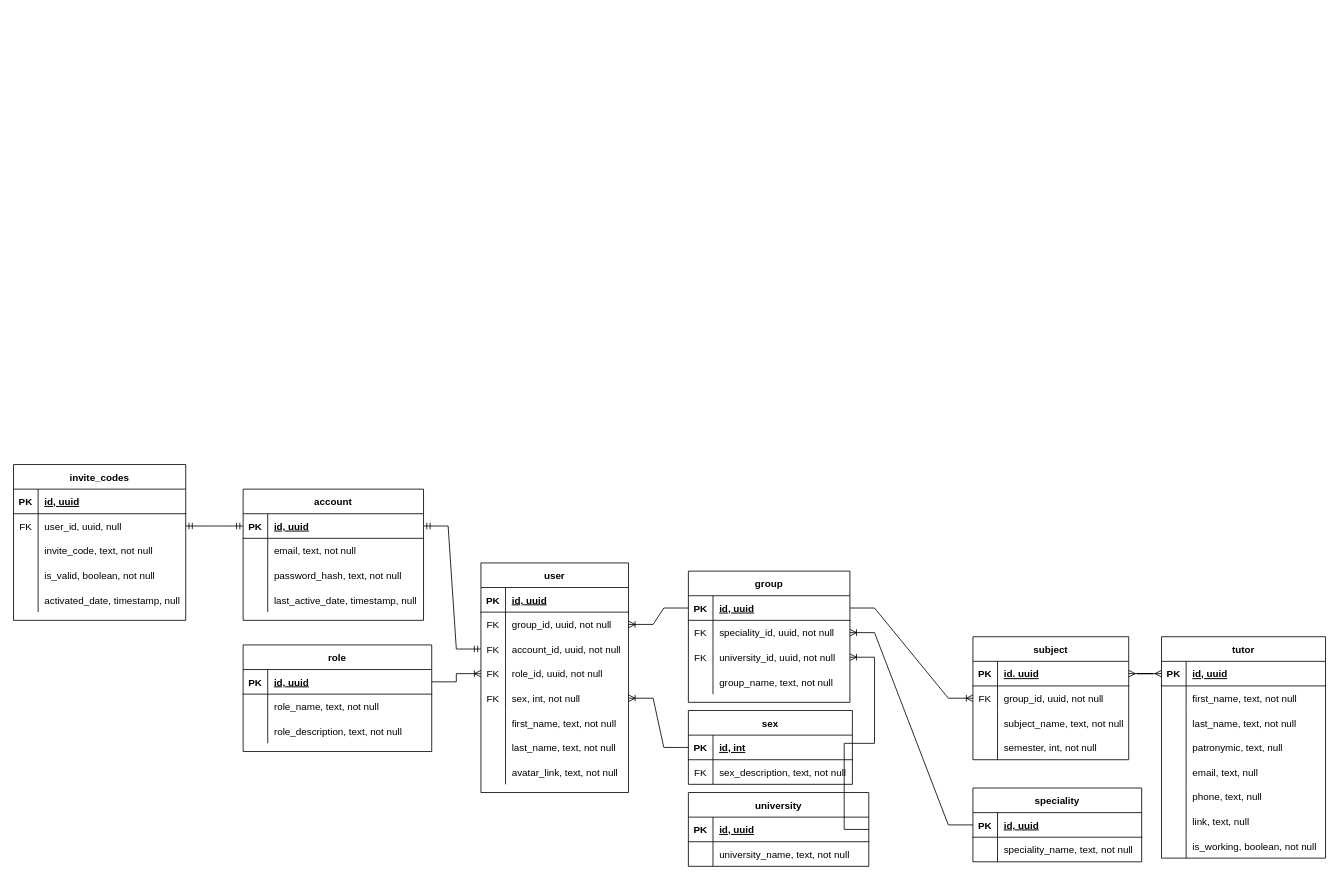
student-archive/docs keeps this draw.io diagram as databases/logical_erd_dadyarri.drawio. Above is the earlier version. Source tidied: cells renumbered, new cells numbered last; positions are measured from the earlier drawing's top-left corner, leaving out a move shared by most shapes. Both pictures are drawn from the tidied source at 82%, with x=0, y=0 at pixel (13, 464).
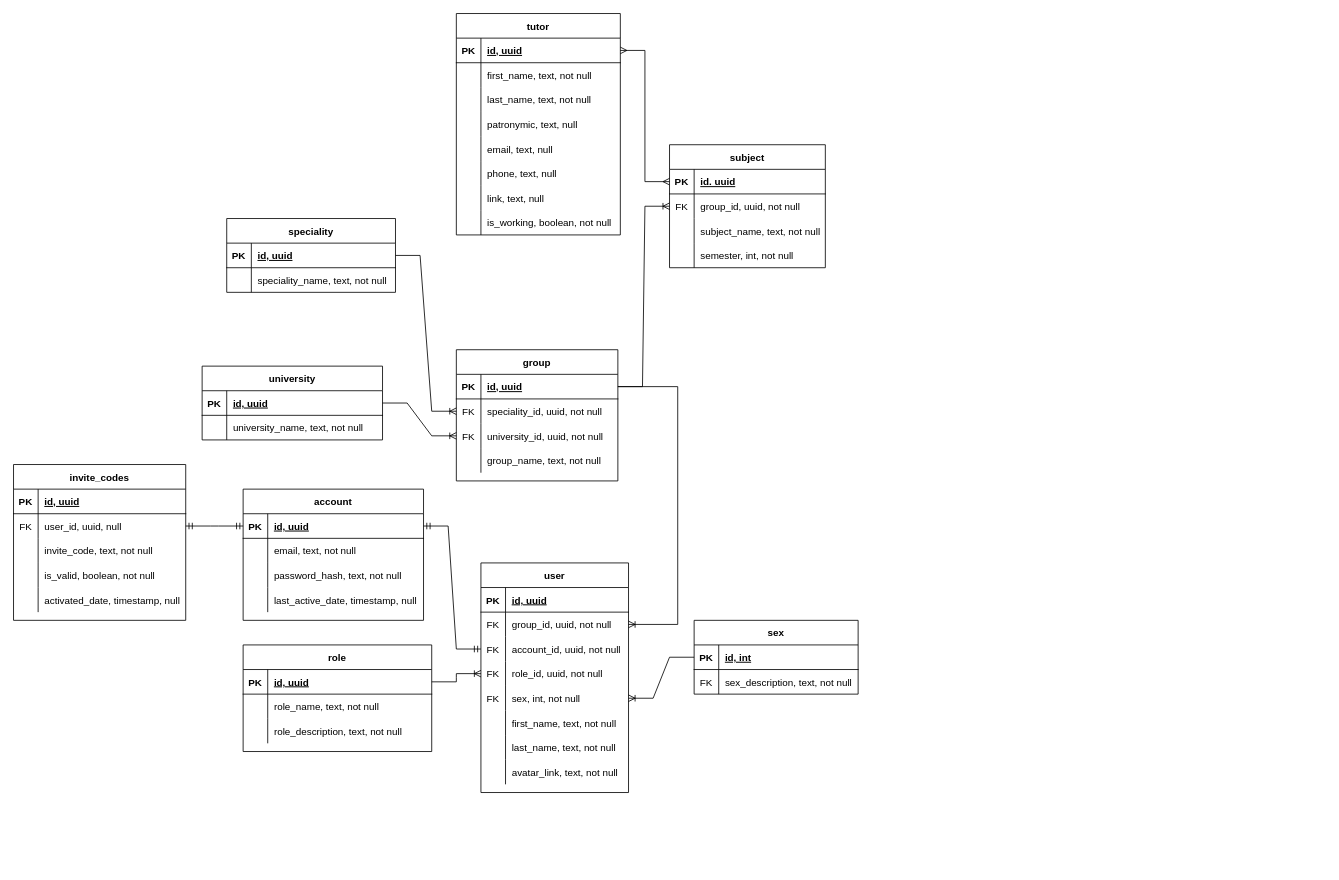
The same page after the edit.

Commit message:
refacor(databases): change tables location

Unchanged cells that the change refers to:
```xml
<mxCell id="3" style="shape=tableRow;horizontal=0;startSize=0;swimlaneHead=0;swimlaneBody=0;fillColor=none;points=[[0,0.5],[1,0.5]];portConstraint=eastwest;top=0;left=0;right=0;bottom=1;" parent="2" vertex="1">
  <mxGeometry y="30" width="197" height="30" as="geometry" />
</mxCell>
<mxCell id="6" style="shape=tableRow;horizontal=0;startSize=0;swimlaneHead=0;swimlaneBody=0;fillColor=none;points=[[0,0.5],[1,0.5]];portConstraint=eastwest;top=0;left=0;right=0;bottom=0;" parent="2" vertex="1">
  <mxGeometry y="60" width="197" height="30" as="geometry" />
</mxCell>
<mxCell id="9" style="shape=tableRow;horizontal=0;startSize=0;swimlaneHead=0;swimlaneBody=0;fillColor=none;points=[[0,0.5],[1,0.5]];portConstraint=eastwest;top=0;left=0;right=0;bottom=0;" parent="2" vertex="1">
  <mxGeometry y="90" width="197" height="30" as="geometry" />
</mxCell>
<mxCell id="17" style="shape=tableRow;horizontal=0;startSize=0;swimlaneHead=0;swimlaneBody=0;fillColor=none;points=[[0,0.5],[1,0.5]];portConstraint=eastwest;top=0;left=0;right=0;bottom=1;" parent="16" vertex="1">
  <mxGeometry y="30" width="190" height="30" as="geometry" />
</mxCell>
<mxCell id="31" style="shape=tableRow;horizontal=0;startSize=0;swimlaneHead=0;swimlaneBody=0;fillColor=none;points=[[0,0.5],[1,0.5]];portConstraint=eastwest;top=0;left=0;right=0;bottom=1;" parent="30" vertex="1">
  <mxGeometry y="30" width="200" height="30" as="geometry" />
</mxCell>
<mxCell id="72" style="shape=tableRow;horizontal=0;startSize=0;swimlaneHead=0;swimlaneBody=0;fillColor=none;points=[[0,0.5],[1,0.5]];portConstraint=eastwest;top=0;left=0;right=0;bottom=0;" parent="68" vertex="1">
  <mxGeometry y="60" width="180" height="30" as="geometry" />
</mxCell>
<mxCell id="124" style="shape=tableRow;horizontal=0;startSize=0;swimlaneHead=0;swimlaneBody=0;fillColor=none;points=[[0,0.5],[1,0.5]];portConstraint=eastwest;top=0;left=0;right=0;bottom=1;" parent="123" vertex="1">
  <mxGeometry y="30" width="205.8" height="30" as="geometry" />
</mxCell>
<mxCell id="131" style="shape=tableRow;horizontal=0;startSize=0;swimlaneHead=0;swimlaneBody=0;fillColor=none;points=[[0,0.5],[1,0.5]];portConstraint=eastwest;top=0;left=0;right=0;bottom=1;" parent="130" vertex="1">
  <mxGeometry y="30" width="220" height="30" as="geometry" />
</mxCell>
```

Change to the diagram source:
```diff
@@
     <mxCell id="2" value="group" style="shape=table;startSize=30;childLayout=tableLayout;rowLines=0;fontStyle=1;align=center;" parent="1" vertex="1">
-      <mxGeometry x="823" y="130" width="197" height="160" as="geometry" />
+      <mxGeometry x="540" y="-140" width="197" height="160" as="geometry" />
     </mxCell>
@@
-    <mxCell id="15" style="edgeStyle=entityRelationEdgeStyle;fontSize=12;html=1;endArrow=ERoneToMany;rounded=0;entryX=1;entryY=0.5;entryDx=0;entryDy=0;exitX=0;exitY=0.5;exitDx=0;exitDy=0;" parent="1" edge="1" source="124" target="6">
+    <mxCell id="15" style="edgeStyle=entityRelationEdgeStyle;fontSize=12;html=1;endArrow=ERoneToMany;rounded=0;entryX=0;entryY=0.5;entryDx=0;entryDy=0;exitX=1;exitY=0.5;exitDx=0;exitDy=0;" parent="1" edge="1" source="124" target="6">
       <mxGeometry relative="1" as="geometry" />
     </mxCell>
     <mxCell id="16" value="subject" style="shape=table;startSize=30;childLayout=tableLayout;rowLines=0;fontStyle=1;align=center;" parent="1" vertex="1">
-      <mxGeometry x="1170" y="210" width="190" height="150" as="geometry" />
+      <mxGeometry x="800" y="-390" width="190" height="150" as="geometry" />
     </mxCell>
@@
     <mxCell id="30" value="tutor" style="shape=table;startSize=30;childLayout=tableLayout;rowLines=0;fontStyle=1;align=center;" parent="1" vertex="1">
-      <mxGeometry x="1400" y="210" width="200" height="270" as="geometry" />
+      <mxGeometry x="540" y="-550" width="200" height="270" as="geometry" />
     </mxCell>
@@
-    <mxCell id="105" style="edgeStyle=entityRelationEdgeStyle;fontSize=12;html=1;endArrow=ERoneToMany;rounded=0;entryX=1;entryY=0.5;entryDx=0;entryDy=0;exitX=0;exitY=0.5;exitDx=0;exitDy=0;" parent="1" edge="1" source="3" target="72">
-      <mxGeometry relative="1" as="geometry" />
+    <mxCell id="105" style="edgeStyle=elbowEdgeStyle;fontSize=12;html=1;endArrow=ERoneToMany;rounded=0;entryX=1;entryY=0.5;entryDx=0;entryDy=0;exitX=1;exitY=0.5;exitDx=0;exitDy=0;" parent="1" edge="1" source="3" target="72">
+      <mxGeometry relative="1" as="geometry">
+        <Array as="points">
+          <mxPoint x="810" y="40" />
+        </Array>
+      </mxGeometry>
     </mxCell>
@@
     <mxCell id="123" value="speciality" style="shape=table;startSize=30;childLayout=tableLayout;rowLines=0;fontStyle=1;align=center;" parent="1" vertex="1">
-      <mxGeometry x="1170" y="394.5" width="205.8" height="90" as="geometry" />
+      <mxGeometry x="260" y="-300" width="205.8" height="90" as="geometry" />
     </mxCell>
@@
     <mxCell id="130" value="university" style="shape=table;startSize=30;childLayout=tableLayout;rowLines=0;fontStyle=1;align=center;" parent="1" vertex="1">
-      <mxGeometry x="823" y="400" width="220" height="90" as="geometry" />
+      <mxGeometry x="230" y="-120" width="220" height="90" as="geometry" />
     </mxCell>
@@
-    <mxCell id="137" style="edgeStyle=entityRelationEdgeStyle;fontSize=12;html=1;endArrow=ERoneToMany;rounded=0;entryX=1;entryY=0.5;entryDx=0;entryDy=0;exitX=1;exitY=0.5;exitDx=0;exitDy=0;" parent="1" edge="1" source="131" target="9">
+    <mxCell id="137" style="edgeStyle=entityRelationEdgeStyle;fontSize=12;html=1;endArrow=ERoneToMany;rounded=0;entryX=0;entryY=0.5;entryDx=0;entryDy=0;exitX=1;exitY=0.5;exitDx=0;exitDy=0;" parent="1" edge="1" source="131" target="9">
       <mxGeometry relative="1" as="geometry" />
     </mxCell>
     <mxCell id="138" value="sex" style="shape=table;startSize=30;childLayout=tableLayout;rowLines=0;fontStyle=1;align=center;" parent="1" vertex="1">
-      <mxGeometry x="823" y="300" width="200" height="90" as="geometry" />
+      <mxGeometry x="830" y="190" width="200" height="90" as="geometry" />
     </mxCell>
@@
-    <mxCell id="146" style="edgeStyle=entityRelationEdgeStyle;fontSize=12;html=1;endArrow=ERmany;startArrow=ERmany;rounded=0;entryX=0;entryY=0.5;entryDx=0;entryDy=0;exitX=1;exitY=0.5;exitDx=0;exitDy=0;" parent="1" edge="1" source="17" target="31">
+    <mxCell id="146" style="edgeStyle=entityRelationEdgeStyle;fontSize=12;html=1;endArrow=ERmany;startArrow=ERmany;rounded=0;entryX=1;entryY=0.5;entryDx=0;entryDy=0;exitX=0;exitY=0.5;exitDx=0;exitDy=0;" parent="1" edge="1" source="17" target="31">
       <mxGeometry relative="1" as="geometry" />
     </mxCell>
```
